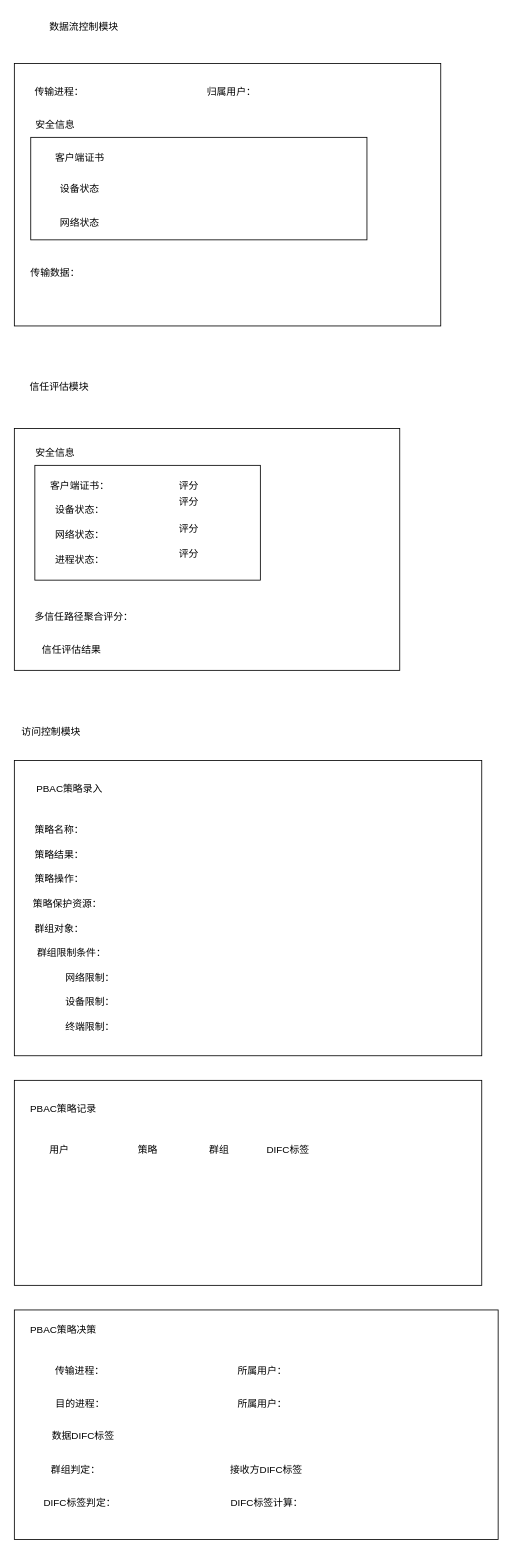
The draw.io diagram system.drawio in ZhuShouCheng/notebook, before the edit. Source tidied: cells renumbered, new cells numbered last; positions are measured from the earlier drawing's top-left corner, leaving out a move shared by most shapes. Both pictures are drawn from the tidied source at 82%, with x=0, y=0 at pixel (14, 14).
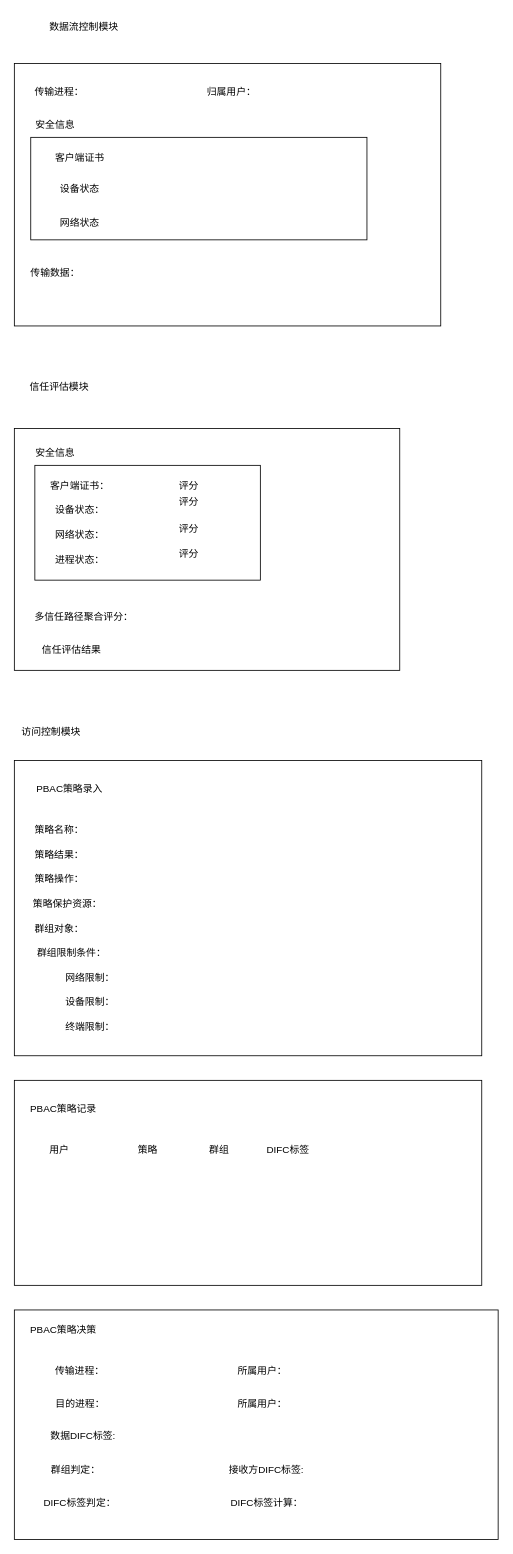
After the change.

What changed in the source:
```diff
@@
-    <mxCell id="50" value="数据DIFC标签" style="text;html=1;strokeColor=none;fillColor=none;align=center;verticalAlign=middle;whiteSpace=wrap;rounded=0;" parent="1" vertex="1">
+    <mxCell id="50" value="数据DIFC标签:" style="text;html=1;strokeColor=none;fillColor=none;align=center;verticalAlign=middle;whiteSpace=wrap;rounded=0;" parent="1" vertex="1">
       <mxGeometry x="38" y="1719" width="92" height="30" as="geometry" />
     </mxCell>
@@
-    <mxCell id="54" value="接收方DIFC标签" style="text;html=1;strokeColor=none;fillColor=none;align=center;verticalAlign=middle;whiteSpace=wrap;rounded=0;" parent="1" vertex="1">
+    <mxCell id="54" value="接收方DIFC标签:" style="text;html=1;strokeColor=none;fillColor=none;align=center;verticalAlign=middle;whiteSpace=wrap;rounded=0;" parent="1" vertex="1">
       <mxGeometry x="255" y="1760" width="105" height="30" as="geometry" />
     </mxCell>
```
